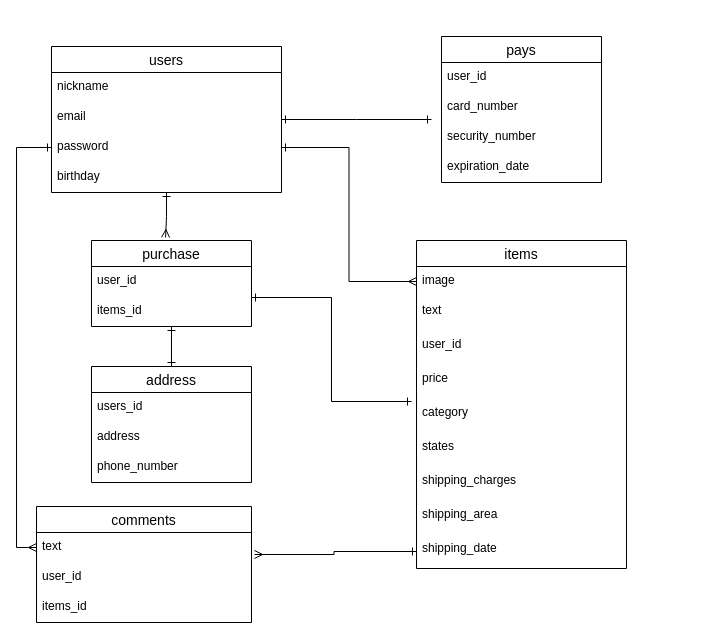
The draw.io diagram DB.dio in kotatori/furima-33804, before the edit. Source tidied: cells renumbered, new cells numbered last; positions are measured from the earlier drawing's top-left corner, leaving out a move shared by most shapes. Both pictures are drawn from the tidied source at 100%, with x=0, y=0 at pixel (36, 36).
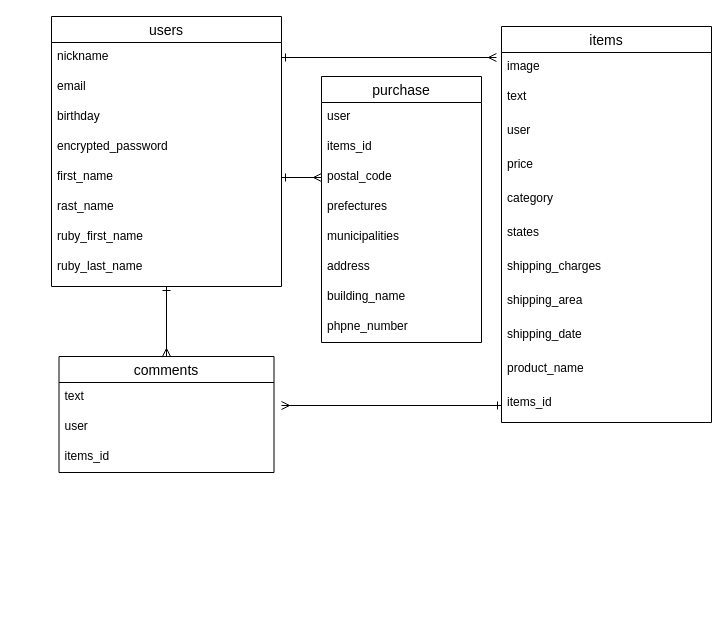
The same diagram, later.

The change refers to these unchanged cells:
```xml
<mxCell id="5" value="nickname" style="text;strokeColor=none;fillColor=none;spacingLeft=4;spacingRight=4;overflow=hidden;points=[[0,0.5],[1,0.5]];portConstraint=eastwest;fontSize=12;" parent="4" vertex="1">
  <mxGeometry y="26" width="230" height="30" as="geometry" />
</mxCell>
<mxCell id="10" value="image" style="text;strokeColor=none;fillColor=none;spacingLeft=4;spacingRight=4;overflow=hidden;points=[[0,0.5],[1,0.5]];portConstraint=eastwest;fontSize=12;" parent="9" vertex="1">
  <mxGeometry y="26" width="210" height="30" as="geometry" />
</mxCell>
<mxCell id="18" value="shipping_date" style="text;strokeColor=none;fillColor=none;spacingLeft=4;spacingRight=4;overflow=hidden;points=[[0,0.5],[1,0.5]];portConstraint=eastwest;fontSize=12;" parent="9" vertex="1">
  <mxGeometry y="294" width="210" height="34" as="geometry" />
</mxCell>
<mxCell id="22" value="items_id" style="text;strokeColor=none;fillColor=none;spacingLeft=4;spacingRight=4;overflow=hidden;points=[[0,0.5],[1,0.5]];portConstraint=eastwest;fontSize=12;" parent="20" vertex="1">
  <mxGeometry y="56" width="160" height="30" as="geometry" />
</mxCell>
<mxCell id="33" value="text" style="text;strokeColor=none;fillColor=none;spacingLeft=4;spacingRight=4;overflow=hidden;points=[[0,0.5],[1,0.5]];portConstraint=eastwest;fontSize=12;" parent="32" vertex="1">
  <mxGeometry y="26" width="215" height="30" as="geometry" />
</mxCell>
```

Change to the diagram source:
```diff
@@
-    <mxCell id="2" style="edgeStyle=orthogonalEdgeStyle;rounded=0;jettySize=auto;html=1;entryX=0.463;entryY=-0.035;entryDx=0;entryDy=0;entryPerimeter=0;endArrow=ERmany;endFill=0;startArrow=ERone;startFill=0;" parent="1" edge="1" source="4" target="20">
-      <mxGeometry relative="1" as="geometry" />
-    </mxCell>
-    <mxCell id="3" style="edgeStyle=orthogonalEdgeStyle;rounded=0;jettySize=auto;html=1;startArrow=ERone;startFill=0;endArrow=ERone;endFill=0;fontSize=14;" parent="1" edge="1" source="4">
-      <mxGeometry relative="1" as="geometry">
-        <mxPoint x="395" y="83" as="targetPoint" />
-      </mxGeometry>
-    </mxCell>
+    <mxCell id="40" style="edgeStyle=orthogonalEdgeStyle;rounded=0;jettySize=auto;html=1;entryX=0.5;entryY=0;entryDx=0;entryDy=0;startArrow=ERone;startFill=0;endArrow=ERmany;endFill=0;" parent="1" edge="1" source="4" target="32">
+      <mxGeometry relative="1" as="geometry" />
+    </mxCell>
     <mxCell id="4" value="users" style="swimlane;fontStyle=0;horizontal=1;startSize=26;align=center;fontSize=14;" parent="1" vertex="1">
-      <mxGeometry x="15" y="10" width="230" height="146" as="geometry" />
+      <mxGeometry x="15" y="-20" width="230" height="270" as="geometry" />
     </mxCell>
@@
-    <mxCell id="7" value="password" style="text;strokeColor=none;fillColor=none;spacingLeft=4;spacingRight=4;overflow=hidden;points=[[0,0.5],[1,0.5]];portConstraint=eastwest;fontSize=12;" parent="4" vertex="1">
-      <mxGeometry y="86" width="230" height="30" as="geometry" />
-    </mxCell>
     <mxCell id="8" value="birthday" style="text;strokeColor=none;fillColor=none;spacingLeft=4;spacingRight=4;overflow=hidden;fontSize=12;" parent="4" vertex="1">
-      <mxGeometry y="116" width="230" height="30" as="geometry" />
+      <mxGeometry y="86" width="230" height="30" as="geometry" />
     </mxCell>
+    <mxCell id="41" value="encrypted_password" style="text;strokeColor=none;fillColor=none;spacingLeft=4;spacingRight=4;overflow=hidden;fontSize=12;" parent="4" vertex="1">
+      <mxGeometry y="116" width="230" height="30" as="geometry" />
+    </mxCell>
+    <mxCell id="42" value="first_name" style="text;strokeColor=none;fillColor=none;spacingLeft=4;spacingRight=4;overflow=hidden;points=[[0,0.5],[1,0.5]];portConstraint=eastwest;fontSize=12;" parent="4" vertex="1">
+      <mxGeometry y="146" width="230" height="30" as="geometry" />
+    </mxCell>
+    <mxCell id="43" value="rast_name" style="text;strokeColor=none;fillColor=none;spacingLeft=4;spacingRight=4;overflow=hidden;fontSize=12;" parent="4" vertex="1">
+      <mxGeometry y="176" width="230" height="30" as="geometry" />
+    </mxCell>
+    <mxCell id="44" value="ruby_first_name" style="text;strokeColor=none;fillColor=none;spacingLeft=4;spacingRight=4;overflow=hidden;fontSize=12;" parent="4" vertex="1">
+      <mxGeometry y="206" width="230" height="30" as="geometry" />
+    </mxCell>
+    <mxCell id="45" value="ruby_last_name" style="text;strokeColor=none;fillColor=none;spacingLeft=4;spacingRight=4;overflow=hidden;fontSize=12;" parent="4" vertex="1">
+      <mxGeometry y="236" width="230" height="34" as="geometry" />
+    </mxCell>
     <mxCell id="9" value="items" style="swimlane;fontStyle=0;horizontal=1;startSize=26;align=center;fontSize=14;" parent="1" vertex="1">
-      <mxGeometry x="380" y="204" width="210" height="328" as="geometry" />
+      <mxGeometry x="465" y="-10" width="210" height="396" as="geometry" />
     </mxCell>
@@
-    <mxCell id="12" value="user_id" style="text;strokeColor=none;fillColor=none;spacingLeft=4;spacingRight=4;overflow=hidden;fontSize=12;" parent="9" vertex="1">
+    <mxCell id="12" value="user" style="text;strokeColor=none;fillColor=none;spacingLeft=4;spacingRight=4;overflow=hidden;fontSize=12;" parent="9" vertex="1">
       <mxGeometry y="90" width="210" height="34" as="geometry" />
     </mxCell>
@@
-    <mxCell id="19" style="edgeStyle=orthogonalEdgeStyle;rounded=0;jettySize=auto;html=1;entryX=0.5;entryY=0;entryDx=0;entryDy=0;startArrow=ERone;startFill=0;endArrow=ERone;endFill=0;fontSize=14;" parent="1" edge="1" source="20" target="23">
-      <mxGeometry relative="1" as="geometry" />
-    </mxCell>
+    <mxCell id="46" value="product_name" style="text;strokeColor=none;fillColor=none;spacingLeft=4;spacingRight=4;overflow=hidden;fontSize=12;" parent="9" vertex="1">
+      <mxGeometry y="328" width="210" height="34" as="geometry" />
+    </mxCell>
+    <mxCell id="47" value="items_id" style="text;strokeColor=none;fillColor=none;spacingLeft=4;spacingRight=4;overflow=hidden;points=[[0,0.5],[1,0.5]];portConstraint=eastwest;fontSize=12;" parent="9" vertex="1">
+      <mxGeometry y="362" width="210" height="34" as="geometry" />
+    </mxCell>
     <mxCell id="20" value="purchase" style="swimlane;fontStyle=0;horizontal=1;startSize=26;align=center;fontSize=14;" parent="1" vertex="1">
-      <mxGeometry x="55" y="204" width="160" height="86" as="geometry" />
+      <mxGeometry x="285" y="40" width="160" height="266" as="geometry" />
     </mxCell>
-    <mxCell id="21" value="user_id" style="text;strokeColor=none;fillColor=none;spacingLeft=4;spacingRight=4;overflow=hidden;fontSize=12;" parent="20" vertex="1">
+    <mxCell id="21" value="user" style="text;strokeColor=none;fillColor=none;spacingLeft=4;spacingRight=4;overflow=hidden;fontSize=12;" parent="20" vertex="1">
       <mxGeometry y="26" width="160" height="30" as="geometry" />
     </mxCell>
@@
-    <mxCell id="23" value="address" style="swimlane;fontStyle=0;horizontal=1;startSize=26;align=center;fontSize=14;" parent="1" vertex="1">
-      <mxGeometry x="55" y="330" width="160" height="116" as="geometry" />
-    </mxCell>
-    <mxCell id="24" value="users_id" style="text;strokeColor=none;fillColor=none;spacingLeft=4;spacingRight=4;overflow=hidden;fontSize=12;" parent="23" vertex="1">
-      <mxGeometry y="26" width="160" height="30" as="geometry" />
-    </mxCell>
+    <mxCell id="48" value="postal_code" style="text;strokeColor=none;fillColor=none;spacingLeft=4;spacingRight=4;overflow=hidden;points=[[0,0.5],[1,0.5]];portConstraint=eastwest;fontSize=12;" parent="20" vertex="1">
+      <mxGeometry y="86" width="160" height="30" as="geometry" />
+    </mxCell>
+    <mxCell id="49" value="prefectures" style="text;strokeColor=none;fillColor=none;spacingLeft=4;spacingRight=4;overflow=hidden;fontSize=12;" parent="20" vertex="1">
+      <mxGeometry y="116" width="160" height="30" as="geometry" />
+    </mxCell>
+    <mxCell id="50" value="municipalities" style="text;strokeColor=none;fillColor=none;spacingLeft=4;spacingRight=4;overflow=hidden;fontSize=12;" parent="20" vertex="1">
+      <mxGeometry y="146" width="160" height="30" as="geometry" />
+    </mxCell>
-    <mxCell id="25" value="address" style="text;strokeColor=none;fillColor=none;spacingLeft=4;spacingRight=4;overflow=hidden;fontSize=12;" parent="23" vertex="1">
-      <mxGeometry y="56" width="160" height="30" as="geometry" />
+    <mxCell id="25" value="address" style="text;strokeColor=none;fillColor=none;spacingLeft=4;spacingRight=4;overflow=hidden;fontSize=12;" parent="20" vertex="1">
+      <mxGeometry y="176" width="160" height="30" as="geometry" />
     </mxCell>
-    <mxCell id="26" value="phone_number" style="text;strokeColor=none;fillColor=none;spacingLeft=4;spacingRight=4;overflow=hidden;fontSize=12;" parent="23" vertex="1">
-      <mxGeometry y="86" width="160" height="30" as="geometry" />
-    </mxCell>
-    <mxCell id="27" value="pays" style="swimlane;fontStyle=0;horizontal=1;startSize=26;align=center;fontSize=14;" parent="1" vertex="1">
-      <mxGeometry x="405" width="160" height="146" as="geometry" />
-    </mxCell>
-    <mxCell id="28" value="user_id" style="text;strokeColor=none;fillColor=none;spacingLeft=4;spacingRight=4;overflow=hidden;fontSize=12;" parent="27" vertex="1">
-      <mxGeometry y="26" width="160" height="30" as="geometry" />
-    </mxCell>
-    <mxCell id="29" value="card_number" style="text;strokeColor=none;fillColor=none;spacingLeft=4;spacingRight=4;overflow=hidden;fontSize=12;" parent="27" vertex="1">
-      <mxGeometry y="56" width="160" height="30" as="geometry" />
-    </mxCell>
-    <mxCell id="30" value="security_number" style="text;strokeColor=none;fillColor=none;spacingLeft=4;spacingRight=4;overflow=hidden;fontSize=12;" parent="27" vertex="1">
-      <mxGeometry y="86" width="160" height="30" as="geometry" />
-    </mxCell>
-    <mxCell id="31" value="expiration_date" style="text;strokeColor=none;fillColor=none;spacingLeft=4;spacingRight=4;overflow=hidden;fontSize=12;" parent="27" vertex="1">
-      <mxGeometry y="116" width="160" height="30" as="geometry" />
-    </mxCell>
+    <mxCell id="51" value="building_name" style="text;strokeColor=none;fillColor=none;spacingLeft=4;spacingRight=4;overflow=hidden;fontSize=12;" parent="20" vertex="1">
+      <mxGeometry y="206" width="160" height="30" as="geometry" />
+    </mxCell>
+    <mxCell id="52" value="phpne_number" style="text;strokeColor=none;fillColor=none;spacingLeft=4;spacingRight=4;overflow=hidden;fontSize=12;" parent="20" vertex="1">
+      <mxGeometry y="236" width="160" height="30" as="geometry" />
+    </mxCell>
     <mxCell id="32" value="comments" style="swimlane;fontStyle=0;horizontal=1;startSize=26;align=center;fontSize=14;" parent="1" vertex="1">
-      <mxGeometry y="470" width="215" height="116" as="geometry" />
+      <mxGeometry x="22.5" y="320" width="215" height="116" as="geometry" />
     </mxCell>
@@
-    <mxCell id="34" value="user_id" style="text;strokeColor=none;fillColor=none;spacingLeft=4;spacingRight=4;overflow=hidden;fontSize=12;" parent="32" vertex="1">
+    <mxCell id="34" value="user" style="text;strokeColor=none;fillColor=none;spacingLeft=4;spacingRight=4;overflow=hidden;fontSize=12;" parent="32" vertex="1">
       <mxGeometry y="56" width="215" height="30" as="geometry" />
     </mxCell>
@@
-    <mxCell id="36" style="edgeStyle=orthogonalEdgeStyle;rounded=0;jettySize=auto;html=1;startArrow=ERone;startFill=0;endArrow=ERmany;endFill=0;fontSize=14;" parent="1" edge="1" source="7" target="10">
-      <mxGeometry relative="1" as="geometry" />
-    </mxCell>
-    <mxCell id="37" style="edgeStyle=orthogonalEdgeStyle;rounded=0;jettySize=auto;html=1;startArrow=ERone;startFill=0;endArrow=ERone;endFill=0;fontSize=14;" parent="1" edge="1" source="22">
-      <mxGeometry relative="1" as="geometry">
-        <mxPoint x="375" y="365" as="targetPoint" />
-        <Array as="points">
-          <mxPoint x="295" y="261" />
-          <mxPoint x="295" y="365" />
-        </Array>
-      </mxGeometry>
-    </mxCell>
-    <mxCell id="38" style="edgeStyle=orthogonalEdgeStyle;rounded=0;jettySize=auto;html=1;startArrow=ERone;startFill=0;endArrow=ERmany;endFill=0;fontSize=14;entryX=1.014;entryY=0.733;entryDx=0;entryDy=0;entryPerimeter=0;" parent="1" edge="1" source="18" target="33">
-      <mxGeometry relative="1" as="geometry" />
-    </mxCell>
-    <mxCell id="39" style="edgeStyle=orthogonalEdgeStyle;rounded=0;jettySize=auto;html=1;exitX=0;exitY=0.5;exitDx=0;exitDy=0;entryX=0;entryY=0.5;entryDx=0;entryDy=0;startArrow=ERmany;startFill=0;endArrow=ERone;endFill=0;fontSize=14;" parent="1" edge="1" source="33" target="7">
-      <mxGeometry relative="1" as="geometry" />
-    </mxCell>
+    <mxCell id="53" style="edgeStyle=orthogonalEdgeStyle;rounded=0;jettySize=auto;html=1;entryX=-0.024;entryY=0.167;entryDx=0;entryDy=0;entryPerimeter=0;startArrow=ERone;startFill=0;endArrow=ERmany;endFill=0;fontSize=14;" parent="1" edge="1" source="5" target="10">
+      <mxGeometry relative="1" as="geometry" />
+    </mxCell>
+    <mxCell id="54" style="edgeStyle=orthogonalEdgeStyle;rounded=0;jettySize=auto;html=1;entryX=0;entryY=0.5;entryDx=0;entryDy=0;startArrow=ERone;startFill=0;endArrow=ERmany;endFill=0;fontSize=14;" parent="1" edge="1" source="42" target="48">
+      <mxGeometry relative="1" as="geometry" />
+    </mxCell>
+    <mxCell id="55" style="edgeStyle=orthogonalEdgeStyle;rounded=0;jettySize=auto;html=1;startArrow=ERone;startFill=0;endArrow=ERmany;endFill=0;fontSize=14;" parent="1" edge="1" source="47">
+      <mxGeometry relative="1" as="geometry">
+        <mxPoint x="245" y="369" as="targetPoint" />
+      </mxGeometry>
+    </mxCell>
```
